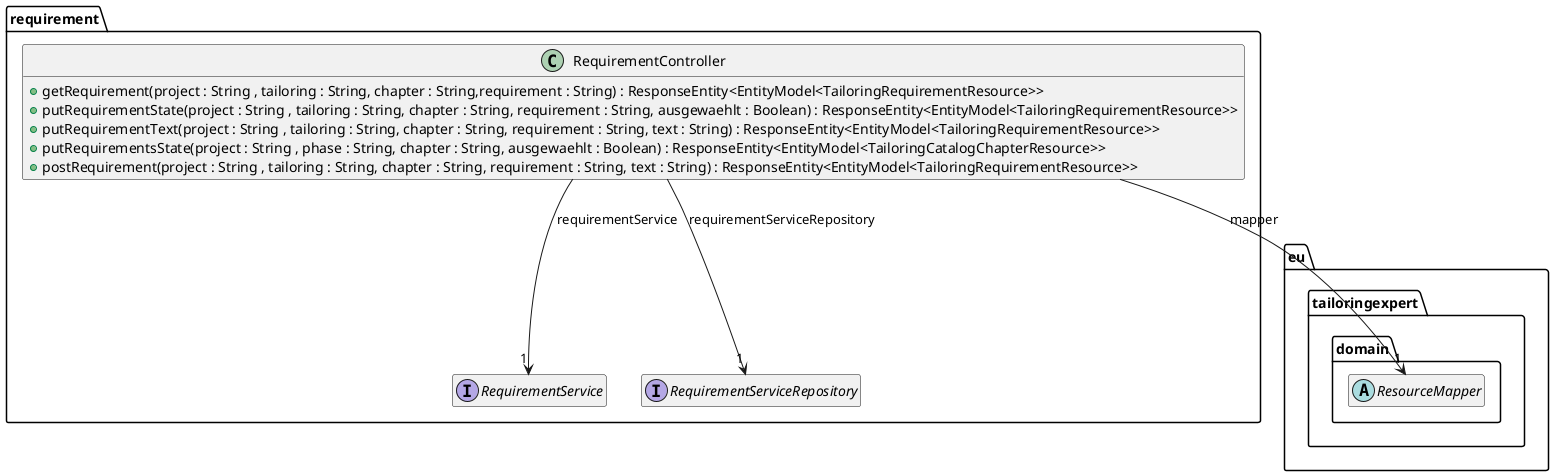
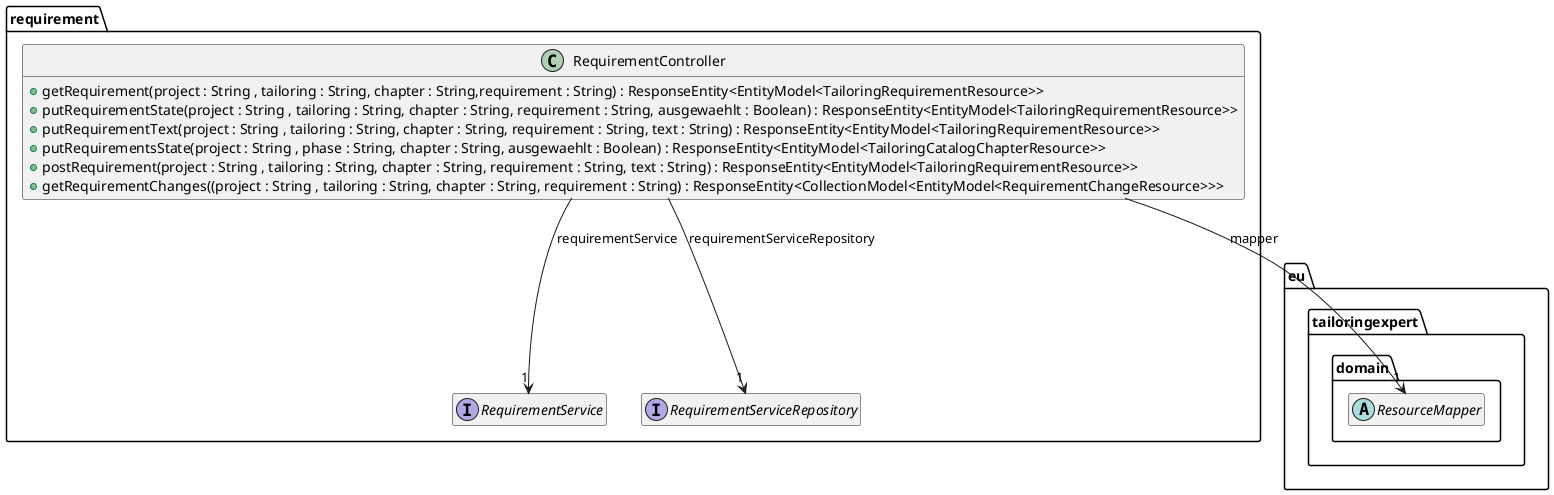
@startuml Ebene3.png
hide empty members

package eu.tailoringexpert {
    package domain {
        abstract class ResourceMapper
    }
}

package requirement {
    interface RequirementService {
    }

    interface RequirementServiceRepository{
    }

    class RequirementController {
        +getRequirement(project : String , tailoring : String, chapter : String,requirement : String) : ResponseEntity<EntityModel<TailoringRequirementResource>>
        +putRequirementState(project : String , tailoring : String, chapter : String, requirement : String, ausgewaehlt : Boolean) : ResponseEntity<EntityModel<TailoringRequirementResource>>
        +putRequirementText(project : String , tailoring : String, chapter : String, requirement : String, text : String) : ResponseEntity<EntityModel<TailoringRequirementResource>>
        +putRequirementsState(project : String , phase : String, chapter : String, ausgewaehlt : Boolean) : ResponseEntity<EntityModel<TailoringCatalogChapterResource>>
        +postRequirement(project : String , tailoring : String, chapter : String, requirement : String, text : String) : ResponseEntity<EntityModel<TailoringRequirementResource>>
+         +getRequirementChanges((project : String , tailoring : String, chapter : String, requirement : String) : ResponseEntity<CollectionModel<EntityModel<RequirementChangeResource>>>
    }
    RequirementController --> "1" ResourceMapper : mapper
    RequirementController --> "1" RequirementService : requirementService
    RequirementController --> "1" RequirementServiceRepository : requirementServiceRepository

}
@enduml
